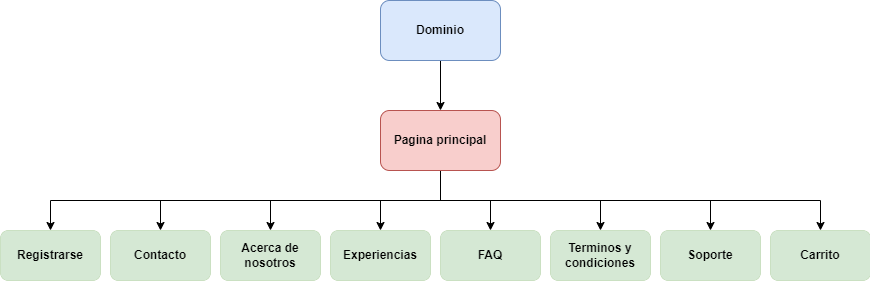
This is assets/Organigrama.png from Fedecastillom/Pagina_Web, a draw.io export, as it was before one commit. Source tidied: cells renumbered, new cells last; positions are measured from the earlier drawing's top-left corner, leaving out a move shared by most shapes.
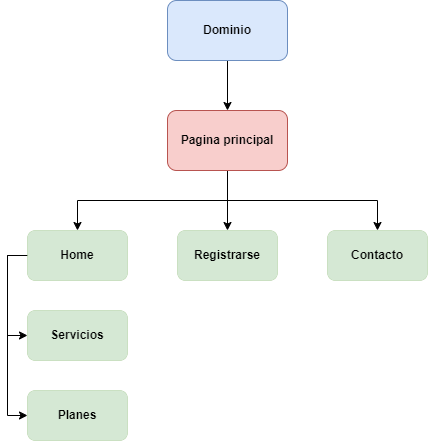
After the commit.

Change to the diagram source:
```diff
@@ -14,50 +14,32 @@
     <mxCell id="5" style="edgeStyle=orthogonalEdgeStyle;rounded=0;jettySize=auto;html=1;exitX=0.5;exitY=1;exitDx=0;exitDy=0;entryX=0.5;entryY=0;entryDx=0;entryDy=0;fontStyle=1;textShadow=0;" parent="1" edge="1" source="12" target="14">
       <mxGeometry relative="1" as="geometry" />
     </mxCell>
-    <mxCell id="6" style="edgeStyle=orthogonalEdgeStyle;rounded=0;jettySize=auto;html=1;exitX=0.5;exitY=1;exitDx=0;exitDy=0;entryX=0.5;entryY=0;entryDx=0;entryDy=0;fontStyle=1;textShadow=0;" parent="1" edge="1" source="12" target="15">
-      <mxGeometry relative="1" as="geometry" />
-    </mxCell>
-    <mxCell id="7" style="edgeStyle=orthogonalEdgeStyle;rounded=0;jettySize=auto;html=1;exitX=0.5;exitY=1;exitDx=0;exitDy=0;entryX=0.5;entryY=0;entryDx=0;entryDy=0;fontStyle=1;textShadow=0;" parent="1" edge="1" source="12" target="16">
-      <mxGeometry relative="1" as="geometry" />
-    </mxCell>
-    <mxCell id="8" style="edgeStyle=orthogonalEdgeStyle;rounded=0;jettySize=auto;html=1;exitX=0.5;exitY=1;exitDx=0;exitDy=0;entryX=0.5;entryY=0;entryDx=0;entryDy=0;fontStyle=1;textShadow=0;" parent="1" edge="1" source="12" target="17">
-      <mxGeometry relative="1" as="geometry" />
-    </mxCell>
-    <mxCell id="9" style="edgeStyle=orthogonalEdgeStyle;rounded=0;jettySize=auto;html=1;exitX=0.5;exitY=1;exitDx=0;exitDy=0;entryX=0.5;entryY=0;entryDx=0;entryDy=0;fontStyle=1;textShadow=0;" parent="1" edge="1" source="12" target="19">
-      <mxGeometry relative="1" as="geometry" />
-    </mxCell>
-    <mxCell id="10" style="edgeStyle=orthogonalEdgeStyle;rounded=0;jettySize=auto;html=1;exitX=0.5;exitY=1;exitDx=0;exitDy=0;entryX=0.5;entryY=0;entryDx=0;entryDy=0;fontStyle=1;textShadow=0;" parent="1" edge="1" source="12" target="18">
-      <mxGeometry relative="1" as="geometry" />
-    </mxCell>
-    <mxCell id="11" style="edgeStyle=orthogonalEdgeStyle;rounded=0;jettySize=auto;html=1;exitX=0.5;exitY=1;exitDx=0;exitDy=0;entryX=0.5;entryY=0;entryDx=0;entryDy=0;fontStyle=1;textShadow=0;" parent="1" edge="1" source="12" target="20">
-      <mxGeometry relative="1" as="geometry" />
-    </mxCell>
+    <mxCell id="21" style="edgeStyle=orthogonalEdgeStyle;rounded=0;jettySize=auto;html=1;exitX=0.5;exitY=1;exitDx=0;exitDy=0;entryX=0.5;entryY=0;entryDx=0;entryDy=0;" parent="1" edge="1" source="12" target="24">
+      <mxGeometry relative="1" as="geometry" />
+    </mxCell>
     <mxCell id="12" value="Pagina principal" style="rounded=1;whiteSpace=wrap;html=1;fillColor=#f8cecc;strokeColor=#b85450;fontStyle=1;textShadow=0;" parent="1" vertex="1">
       <mxGeometry x="380" y="110" width="120" height="60" as="geometry" />
     </mxCell>
     <mxCell id="13" value="Registrarse" style="rounded=1;whiteSpace=wrap;html=1;glass=0;fillColor=#d5e8d4;strokeColor=#82b366;strokeWidth=0;flipH=1;flipV=1;fontStyle=1;textShadow=0;" parent="1" vertex="1">
-      <mxGeometry y="230" width="100" height="50" as="geometry" />
+      <mxGeometry x="390" y="230" width="100" height="50" as="geometry" />
     </mxCell>
     <mxCell id="14" value="Contacto" style="rounded=1;whiteSpace=wrap;html=1;glass=0;fillColor=#d5e8d4;strokeColor=#82b366;strokeWidth=0;flipH=1;flipV=1;fontStyle=1;textShadow=0;" parent="1" vertex="1">
-      <mxGeometry x="110" y="230" width="100" height="50" as="geometry" />
+      <mxGeometry x="540" y="230" width="100" height="50" as="geometry" />
     </mxCell>
-    <mxCell id="15" value="Acerca de nosotros" style="rounded=1;whiteSpace=wrap;html=1;glass=0;fillColor=#d5e8d4;strokeColor=#82b366;strokeWidth=0;flipH=1;flipV=1;fontStyle=1;textShadow=0;" parent="1" vertex="1">
-      <mxGeometry x="220" y="230" width="100" height="50" as="geometry" />
-    </mxCell>
-    <mxCell id="16" value="Experiencias" style="rounded=1;whiteSpace=wrap;html=1;glass=0;fillColor=#d5e8d4;strokeColor=#82b366;strokeWidth=0;flipH=1;flipV=1;fontStyle=1;textShadow=0;" parent="1" vertex="1">
-      <mxGeometry x="330" y="230" width="100" height="50" as="geometry" />
-    </mxCell>
-    <mxCell id="17" value="FAQ" style="rounded=1;whiteSpace=wrap;html=1;glass=0;fillColor=#d5e8d4;strokeColor=#82b366;strokeWidth=0;flipH=1;flipV=1;fontStyle=1;textShadow=0;" parent="1" vertex="1">
-      <mxGeometry x="440" y="230" width="100" height="50" as="geometry" />
-    </mxCell>
-    <mxCell id="18" value="Soporte" style="rounded=1;whiteSpace=wrap;html=1;glass=0;fillColor=#d5e8d4;strokeColor=#82b366;strokeWidth=0;flipH=1;flipV=1;fontStyle=1;textShadow=0;" parent="1" vertex="1">
-      <mxGeometry x="660" y="230" width="100" height="50" as="geometry" />
-    </mxCell>
-    <mxCell id="19" value="Terminos y condiciones" style="rounded=1;whiteSpace=wrap;html=1;glass=0;fillColor=#d5e8d4;strokeColor=#82b366;strokeWidth=0;flipH=1;flipV=1;fontStyle=1;textShadow=0;" parent="1" vertex="1">
-      <mxGeometry x="550" y="230" width="100" height="50" as="geometry" />
-    </mxCell>
-    <mxCell id="20" value="Carrito" style="rounded=1;whiteSpace=wrap;html=1;glass=0;fillColor=#d5e8d4;strokeColor=#82b366;strokeWidth=0;flipH=1;flipV=1;fontStyle=1;textShadow=0;" parent="1" vertex="1">
-      <mxGeometry x="770" y="230" width="100" height="50" as="geometry" />
-    </mxCell>
+    <mxCell id="22" style="edgeStyle=orthogonalEdgeStyle;rounded=0;jettySize=auto;html=1;exitX=0;exitY=0.5;exitDx=0;exitDy=0;entryX=0;entryY=0.5;entryDx=0;entryDy=0;" parent="1" edge="1" source="24" target="25">
+      <mxGeometry relative="1" as="geometry" />
+    </mxCell>
+    <mxCell id="23" style="edgeStyle=orthogonalEdgeStyle;rounded=0;jettySize=auto;html=1;exitX=0;exitY=0.5;exitDx=0;exitDy=0;entryX=0;entryY=0.5;entryDx=0;entryDy=0;" parent="1" edge="1" source="24" target="26">
+      <mxGeometry relative="1" as="geometry" />
+    </mxCell>
+    <mxCell id="24" value="Home" style="rounded=1;whiteSpace=wrap;html=1;glass=0;fillColor=#d5e8d4;strokeColor=#82b366;strokeWidth=0;flipH=1;flipV=1;fontStyle=1;textShadow=0;" parent="1" vertex="1">
+      <mxGeometry x="240" y="230" width="100" height="50" as="geometry" />
+    </mxCell>
+    <mxCell id="25" value="Servicios" style="rounded=1;whiteSpace=wrap;html=1;glass=0;fillColor=#d5e8d4;strokeColor=#82b366;strokeWidth=0;flipH=1;flipV=1;fontStyle=1;textShadow=0;" parent="1" vertex="1">
+      <mxGeometry x="240" y="310" width="100" height="50" as="geometry" />
+    </mxCell>
+    <mxCell id="26" value="Planes" style="rounded=1;whiteSpace=wrap;html=1;glass=0;fillColor=#d5e8d4;strokeColor=#82b366;strokeWidth=0;flipH=1;flipV=1;fontStyle=1;textShadow=0;" parent="1" vertex="1">
+      <mxGeometry x="240" y="390" width="100" height="50" as="geometry" />
+    </mxCell>
   </root>
 </mxGraphModel>
```
